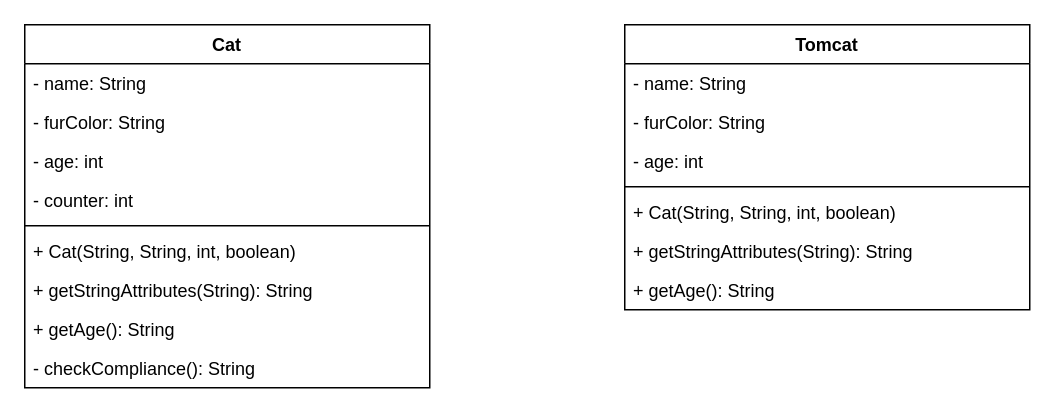
Before: page "Cat/Tomcat" (3 of 3) of klassendiagramm.drawio in 01-PP-NAD-CC/02c_Klassen_Objekte_2, a draw.io diagram. Source tidied: cells renumbered, new cells numbered last; positions are measured from the earlier drawing's top-left corner, leaving out a move shared by most shapes. Both pictures are drawn from the tidied source at 150%, with x=0, y=0 at pixel (24, 24).
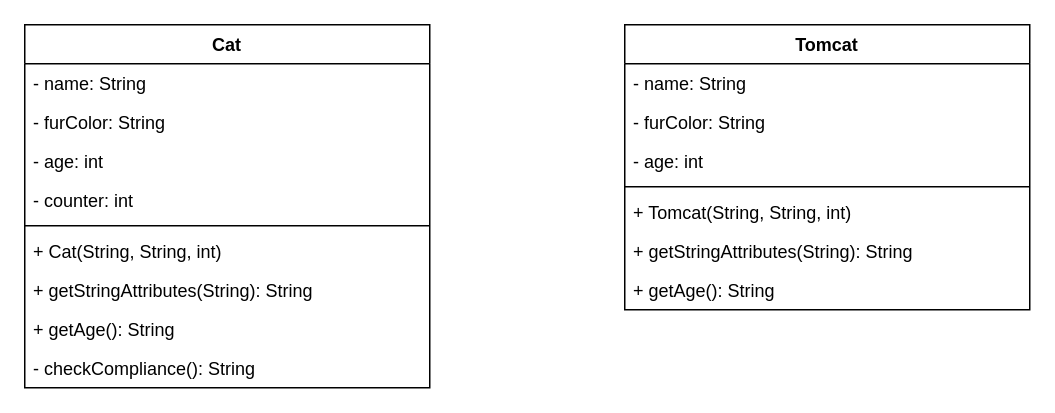
Above is the later version.

The edit, as a diff of the source:
```diff
@@
 <mxGraphModel>
   <root>
     <mxCell id="0" />
     <mxCell id="1" parent="0" />
     <mxCell id="2" value="Cat" style="swimlane;fontStyle=1;align=center;verticalAlign=top;horizontal=1;startSize=26;" parent="1" vertex="1">
       <mxGeometry width="270" height="242" as="geometry" />
     </mxCell>
     <mxCell id="3" value="- name: String" style="text;strokeColor=none;fillColor=none;align=left;verticalAlign=top;spacingLeft=4;spacingRight=4;overflow=hidden;" parent="2" vertex="1">
       <mxGeometry y="26" width="270" height="26" as="geometry" />
     </mxCell>
     <mxCell id="4" value="- furColor: String" style="text;strokeColor=none;fillColor=none;align=left;verticalAlign=top;spacingLeft=4;spacingRight=4;overflow=hidden;" parent="2" vertex="1">
       <mxGeometry y="52" width="270" height="26" as="geometry" />
     </mxCell>
     <mxCell id="5" value="- age: int" style="text;strokeColor=none;fillColor=none;align=left;verticalAlign=top;spacingLeft=4;spacingRight=4;overflow=hidden;" parent="2" vertex="1">
       <mxGeometry y="78" width="270" height="26" as="geometry" />
     </mxCell>
     <mxCell id="6" value="- counter: int" style="text;strokeColor=none;fillColor=none;align=left;verticalAlign=top;spacingLeft=4;spacingRight=4;overflow=hidden;" parent="2" vertex="1">
       <mxGeometry y="104" width="270" height="26" as="geometry" />
     </mxCell>
     <mxCell id="7" style="line;strokeWidth=1;fillColor=none;align=left;verticalAlign=middle;spacingTop=-1;spacingLeft=3;spacingRight=3;labelPosition=right;strokeColor=inherit;" parent="2" vertex="1">
       <mxGeometry y="130" width="270" height="8" as="geometry" />
     </mxCell>
-    <mxCell id="8" value="+ Cat(String, String, int, boolean)" style="text;strokeColor=none;fillColor=none;align=left;verticalAlign=top;spacingLeft=4;spacingRight=4;overflow=hidden;" parent="2" vertex="1">
+    <mxCell id="8" value="+ Cat(String, String, int)" style="text;strokeColor=none;fillColor=none;align=left;verticalAlign=top;spacingLeft=4;spacingRight=4;overflow=hidden;" parent="2" vertex="1">
       <mxGeometry y="138" width="270" height="26" as="geometry" />
     </mxCell>
     <mxCell id="9" value="+ getStringAttributes(String): String" style="text;strokeColor=none;fillColor=none;align=left;verticalAlign=top;spacingLeft=4;spacingRight=4;overflow=hidden;" parent="2" vertex="1">
       <mxGeometry y="164" width="270" height="26" as="geometry" />
     </mxCell>
     <mxCell id="10" value="+ getAge(): String" style="text;strokeColor=none;fillColor=none;align=left;verticalAlign=top;spacingLeft=4;spacingRight=4;overflow=hidden;" parent="2" vertex="1">
       <mxGeometry y="190" width="270" height="26" as="geometry" />
     </mxCell>
     <mxCell id="11" value="- checkCompliance(): String" style="text;strokeColor=none;fillColor=none;align=left;verticalAlign=top;spacingLeft=4;spacingRight=4;overflow=hidden;" parent="2" vertex="1">
       <mxGeometry y="216" width="270" height="26" as="geometry" />
     </mxCell>
     <mxCell id="12" value="Tomcat" style="swimlane;fontStyle=1;align=center;verticalAlign=top;horizontal=1;startSize=26;" parent="1" vertex="1">
       <mxGeometry x="400" width="270" height="190" as="geometry" />
     </mxCell>
     <mxCell id="13" value="- name: String" style="text;strokeColor=none;fillColor=none;align=left;verticalAlign=top;spacingLeft=4;spacingRight=4;overflow=hidden;" parent="12" vertex="1">
       <mxGeometry y="26" width="270" height="26" as="geometry" />
     </mxCell>
     <mxCell id="14" value="- furColor: String" style="text;strokeColor=none;fillColor=none;align=left;verticalAlign=top;spacingLeft=4;spacingRight=4;overflow=hidden;" parent="12" vertex="1">
       <mxGeometry y="52" width="270" height="26" as="geometry" />
     </mxCell>
     <mxCell id="15" value="- age: int" style="text;strokeColor=none;fillColor=none;align=left;verticalAlign=top;spacingLeft=4;spacingRight=4;overflow=hidden;" parent="12" vertex="1">
       <mxGeometry y="78" width="270" height="26" as="geometry" />
     </mxCell>
     <mxCell id="16" style="line;strokeWidth=1;fillColor=none;align=left;verticalAlign=middle;spacingTop=-1;spacingLeft=3;spacingRight=3;labelPosition=right;strokeColor=inherit;" parent="12" vertex="1">
       <mxGeometry y="104" width="270" height="8" as="geometry" />
     </mxCell>
-    <mxCell id="17" value="+ Cat(String, String, int, boolean)" style="text;strokeColor=none;fillColor=none;align=left;verticalAlign=top;spacingLeft=4;spacingRight=4;overflow=hidden;" parent="12" vertex="1">
+    <mxCell id="17" value="+ Tomcat(String, String, int)" style="text;strokeColor=none;fillColor=none;align=left;verticalAlign=top;spacingLeft=4;spacingRight=4;overflow=hidden;" parent="12" vertex="1">
       <mxGeometry y="112" width="270" height="26" as="geometry" />
     </mxCell>
     <mxCell id="18" value="+ getStringAttributes(String): String" style="text;strokeColor=none;fillColor=none;align=left;verticalAlign=top;spacingLeft=4;spacingRight=4;overflow=hidden;" parent="12" vertex="1">
       <mxGeometry y="138" width="270" height="26" as="geometry" />
     </mxCell>
     <mxCell id="19" value="+ getAge(): String" style="text;strokeColor=none;fillColor=none;align=left;verticalAlign=top;spacingLeft=4;spacingRight=4;overflow=hidden;" parent="12" vertex="1">
       <mxGeometry y="164" width="270" height="26" as="geometry" />
     </mxCell>
   </root>
 </mxGraphModel>
```
